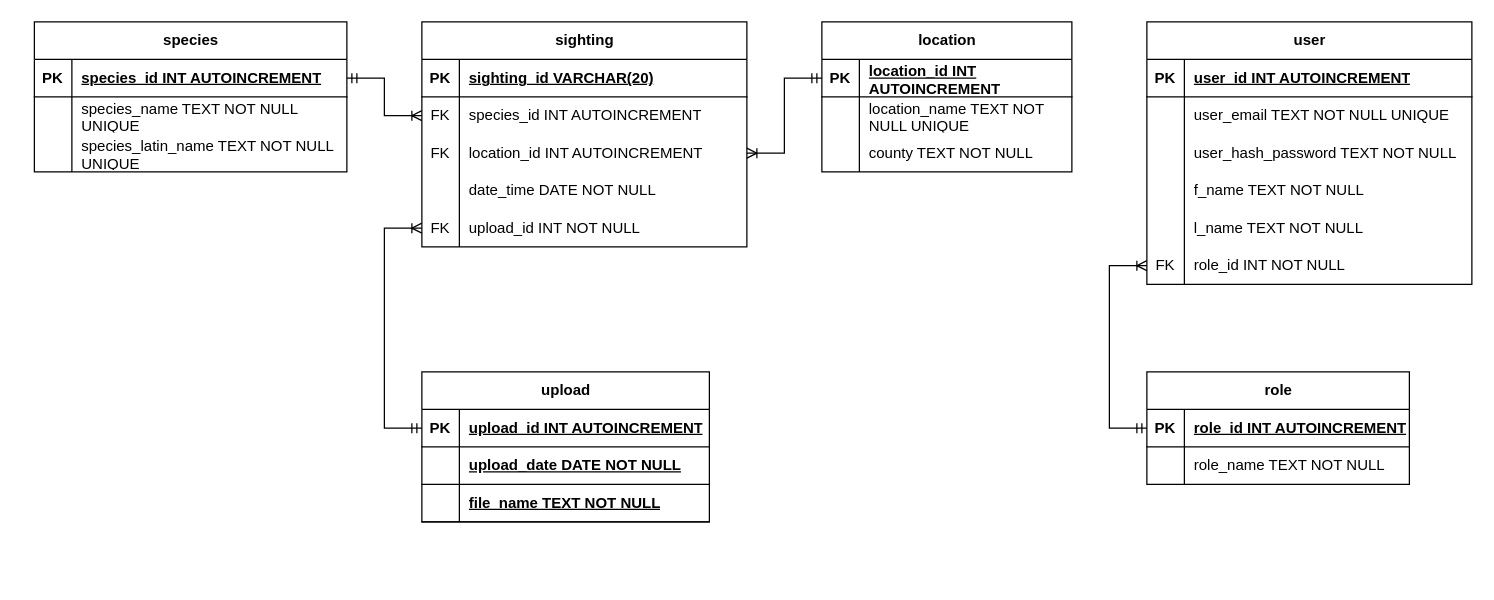
AniniSrinivasan/tickvisualiser keeps this draw.io diagram as SQL/ERD/TickVisuliser.drawio. Above is the earlier version. Source tidied: cells renumbered, new cells numbered last; positions are measured from the earlier drawing's top-left corner, leaving out a move shared by most shapes. Both pictures are drawn from the tidied source at 125%, with x=0, y=0 at pixel (34, 21).
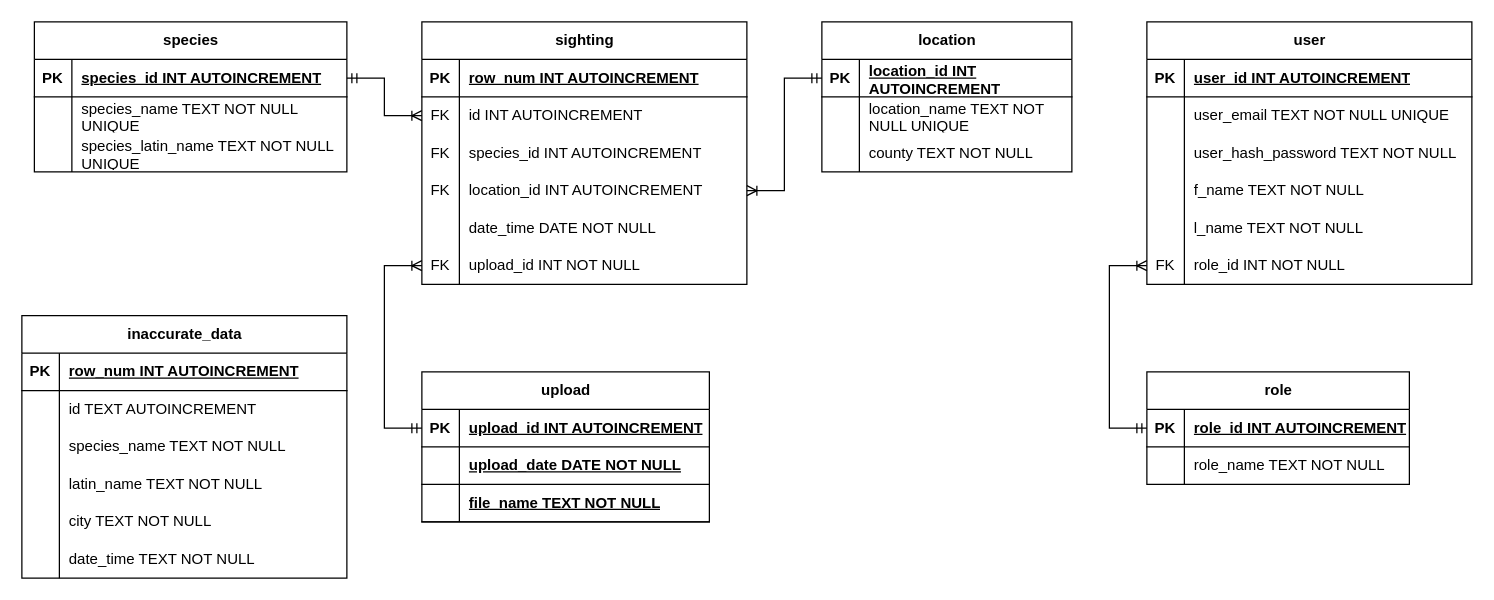
After the change.

The change refers to these unchanged cells:
```xml
<mxCell id="23" style="shape=tableRow;horizontal=0;startSize=0;swimlaneHead=0;swimlaneBody=0;fillColor=none;top=0;left=0;right=0;bottom=1;" parent="22" vertex="1">
  <mxGeometry y="30" width="260" height="30" as="geometry" />
</mxCell>
<mxCell id="26" style="shape=tableRow;horizontal=0;startSize=0;swimlaneHead=0;swimlaneBody=0;fillColor=none;points=[[0,0.5],[1,0.5]];portConstraint=eastwest;top=0;left=0;right=0;bottom=0;" parent="22" vertex="1">
  <mxGeometry y="60" width="260" height="30" as="geometry" />
</mxCell>
```

The edit, as a diff of the source:
```diff
@@
     <mxCell id="22" value="sighting" style="shape=table;startSize=30;childLayout=tableLayout;rowLines=0;fontStyle=1;align=center;html=1;" parent="1" vertex="1">
-      <mxGeometry x="310" width="260" height="180" as="geometry" />
+      <mxGeometry x="310" width="260" height="210" as="geometry" />
     </mxCell>
@@
-    <mxCell id="25" value="sighting_id VARCHAR(20)" style="shape=partialRectangle;fillColor=none;top=0;left=0;bottom=0;right=0;align=left;spacingLeft=6;fontStyle=5;overflow=hidden;whiteSpace=wrap;html=1;" parent="23" vertex="1">
+    <mxCell id="25" value="row_num INT AUTOINCREMENT" style="shape=partialRectangle;fillColor=none;top=0;left=0;bottom=0;right=0;align=left;spacingLeft=6;fontStyle=5;overflow=hidden;whiteSpace=wrap;html=1;" parent="23" vertex="1">
       <mxGeometry x="30" width="230" height="30" as="geometry" />
     </mxCell>
@@
-    <mxCell id="28" value="species_id INT AUTOINCREMENT" style="shape=partialRectangle;fillColor=none;top=0;left=0;bottom=0;right=0;align=left;spacingLeft=6;overflow=hidden;whiteSpace=wrap;html=1;" parent="26" vertex="1">
+    <mxCell id="28" value="id INT AUTOINCREMENT" style="shape=partialRectangle;fillColor=none;top=0;left=0;bottom=0;right=0;align=left;spacingLeft=6;overflow=hidden;whiteSpace=wrap;html=1;" parent="26" vertex="1">
       <mxGeometry x="30" width="230" height="30" as="geometry" />
     </mxCell>
+    <mxCell id="78" style="shape=tableRow;horizontal=0;startSize=0;swimlaneHead=0;swimlaneBody=0;fillColor=none;top=0;left=0;right=0;bottom=0;" parent="22" vertex="1">
+      <mxGeometry y="90" width="260" height="30" as="geometry" />
+    </mxCell>
+    <mxCell id="79" value="FK" style="shape=partialRectangle;fillColor=none;top=0;left=0;bottom=0;right=0;overflow=hidden;whiteSpace=wrap;html=1;" parent="78" vertex="1">
+      <mxGeometry width="30" height="30" as="geometry" />
+    </mxCell>
+    <mxCell id="80" value="species_id INT AUTOINCREMENT" style="shape=partialRectangle;fillColor=none;top=0;left=0;bottom=0;right=0;align=left;spacingLeft=6;overflow=hidden;whiteSpace=wrap;html=1;" parent="78" vertex="1">
+      <mxGeometry x="30" width="230" height="30" as="geometry" />
+    </mxCell>
     <mxCell id="29" style="shape=tableRow;horizontal=0;startSize=0;swimlaneHead=0;swimlaneBody=0;fillColor=none;points=[[0,0.5],[1,0.5]];portConstraint=eastwest;top=0;left=0;right=0;bottom=0;" parent="22" vertex="1">
-      <mxGeometry y="90" width="260" height="30" as="geometry" />
+      <mxGeometry y="120" width="260" height="30" as="geometry" />
     </mxCell>
@@
     <mxCell id="32" style="shape=tableRow;horizontal=0;startSize=0;swimlaneHead=0;swimlaneBody=0;fillColor=none;top=0;left=0;right=0;bottom=0;" parent="22" vertex="1">
-      <mxGeometry y="120" width="260" height="30" as="geometry" />
+      <mxGeometry y="150" width="260" height="30" as="geometry" />
     </mxCell>
@@
     <mxCell id="35" style="shape=tableRow;horizontal=0;startSize=0;swimlaneHead=0;swimlaneBody=0;fillColor=none;points=[[0,0.5],[1,0.5]];portConstraint=eastwest;top=0;left=0;right=0;bottom=0;" parent="22" vertex="1">
-      <mxGeometry y="150" width="260" height="30" as="geometry" />
+      <mxGeometry y="180" width="260" height="30" as="geometry" />
     </mxCell>
@@
+    <mxCell id="81" value="inaccurate_data" style="shape=table;startSize=30;childLayout=tableLayout;rowLines=0;fontStyle=1;align=center;html=1;" parent="1" vertex="1">
+      <mxGeometry x="-10" y="235" width="260" height="210" as="geometry" />
+    </mxCell>
+    <mxCell id="82" style="shape=tableRow;horizontal=0;startSize=0;swimlaneHead=0;swimlaneBody=0;fillColor=none;top=0;left=0;right=0;bottom=1;" parent="81" vertex="1">
+      <mxGeometry y="30" width="260" height="30" as="geometry" />
+    </mxCell>
+    <mxCell id="83" value="PK" style="shape=partialRectangle;fillColor=none;top=0;left=0;bottom=0;right=0;fontStyle=1;overflow=hidden;whiteSpace=wrap;html=1;" parent="82" vertex="1">
+      <mxGeometry width="30" height="30" as="geometry" />
+    </mxCell>
+    <mxCell id="84" value="row_num INT AUTOINCREMENT" style="shape=partialRectangle;fillColor=none;top=0;left=0;bottom=0;right=0;align=left;spacingLeft=6;fontStyle=5;overflow=hidden;whiteSpace=wrap;html=1;" parent="82" vertex="1">
+      <mxGeometry x="30" width="230" height="30" as="geometry" />
+    </mxCell>
+    <mxCell id="85" style="shape=tableRow;horizontal=0;startSize=0;swimlaneHead=0;swimlaneBody=0;fillColor=none;top=0;left=0;right=0;bottom=0;" parent="81" vertex="1">
+      <mxGeometry y="60" width="260" height="30" as="geometry" />
+    </mxCell>
+    <mxCell id="86" style="shape=partialRectangle;fillColor=none;top=0;left=0;bottom=0;right=0;overflow=hidden;whiteSpace=wrap;html=1;" parent="85" vertex="1">
+      <mxGeometry width="30" height="30" as="geometry" />
+    </mxCell>
+    <mxCell id="87" value="id TEXT AUTOINCREMENT" style="shape=partialRectangle;fillColor=none;top=0;left=0;bottom=0;right=0;align=left;spacingLeft=6;overflow=hidden;whiteSpace=wrap;html=1;" parent="85" vertex="1">
+      <mxGeometry x="30" width="230" height="30" as="geometry" />
+    </mxCell>
+    <mxCell id="88" style="shape=tableRow;horizontal=0;startSize=0;swimlaneHead=0;swimlaneBody=0;fillColor=none;top=0;left=0;right=0;bottom=0;" parent="81" vertex="1">
+      <mxGeometry y="90" width="260" height="30" as="geometry" />
+    </mxCell>
+    <mxCell id="89" style="shape=partialRectangle;fillColor=none;top=0;left=0;bottom=0;right=0;overflow=hidden;whiteSpace=wrap;html=1;" parent="88" vertex="1">
+      <mxGeometry width="30" height="30" as="geometry" />
+    </mxCell>
+    <mxCell id="90" value="species_name TEXT NOT NULL&amp;nbsp;" style="shape=partialRectangle;fillColor=none;top=0;left=0;bottom=0;right=0;align=left;spacingLeft=6;overflow=hidden;whiteSpace=wrap;html=1;" parent="88" vertex="1">
+      <mxGeometry x="30" width="230" height="30" as="geometry" />
+    </mxCell>
+    <mxCell id="91" style="shape=tableRow;horizontal=0;startSize=0;swimlaneHead=0;swimlaneBody=0;fillColor=none;top=0;left=0;right=0;bottom=0;" parent="81" vertex="1">
+      <mxGeometry y="120" width="260" height="30" as="geometry" />
+    </mxCell>
+    <mxCell id="92" style="shape=partialRectangle;fillColor=none;top=0;left=0;bottom=0;right=0;overflow=hidden;whiteSpace=wrap;html=1;" parent="91" vertex="1">
+      <mxGeometry width="30" height="30" as="geometry" />
+    </mxCell>
+    <mxCell id="93" value="latin_name TEXT NOT NULL&amp;nbsp;" style="shape=partialRectangle;fillColor=none;top=0;left=0;bottom=0;right=0;align=left;spacingLeft=6;overflow=hidden;whiteSpace=wrap;html=1;" parent="91" vertex="1">
+      <mxGeometry x="30" width="230" height="30" as="geometry" />
+    </mxCell>
+    <mxCell id="94" style="shape=tableRow;horizontal=0;startSize=0;swimlaneHead=0;swimlaneBody=0;fillColor=none;top=0;left=0;right=0;bottom=0;" parent="81" vertex="1">
+      <mxGeometry y="150" width="260" height="30" as="geometry" />
+    </mxCell>
+    <mxCell id="95" style="shape=partialRectangle;fillColor=none;top=0;left=0;bottom=0;right=0;overflow=hidden;whiteSpace=wrap;html=1;" parent="94" vertex="1">
+      <mxGeometry width="30" height="30" as="geometry" />
+    </mxCell>
+    <mxCell id="96" value="city TEXT NOT NULL&amp;nbsp;" style="shape=partialRectangle;fillColor=none;top=0;left=0;bottom=0;right=0;align=left;spacingLeft=6;overflow=hidden;whiteSpace=wrap;html=1;" parent="94" vertex="1">
+      <mxGeometry x="30" width="230" height="30" as="geometry" />
+    </mxCell>
+    <mxCell id="97" style="shape=tableRow;horizontal=0;startSize=0;swimlaneHead=0;swimlaneBody=0;fillColor=none;top=0;left=0;right=0;bottom=0;" parent="81" vertex="1">
+      <mxGeometry y="180" width="260" height="30" as="geometry" />
+    </mxCell>
+    <mxCell id="98" style="shape=partialRectangle;fillColor=none;top=0;left=0;bottom=0;right=0;overflow=hidden;whiteSpace=wrap;html=1;" parent="97" vertex="1">
+      <mxGeometry width="30" height="30" as="geometry" />
+    </mxCell>
+    <mxCell id="99" value="date_time TEXT NOT NULL" style="shape=partialRectangle;fillColor=none;top=0;left=0;bottom=0;right=0;align=left;spacingLeft=6;overflow=hidden;whiteSpace=wrap;html=1;" parent="97" vertex="1">
+      <mxGeometry x="30" width="230" height="30" as="geometry" />
+    </mxCell>
```
